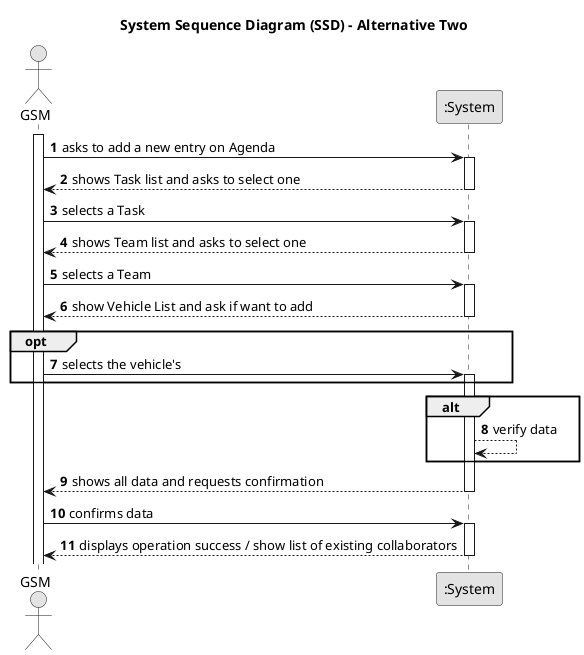
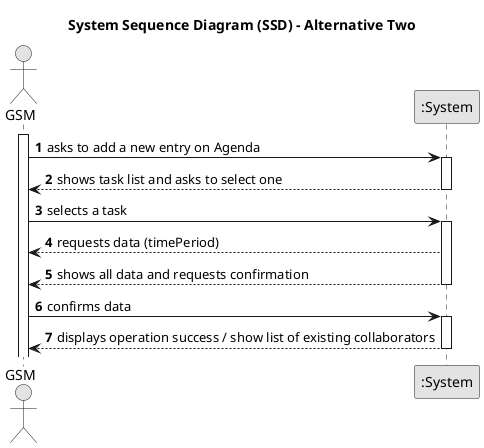
@startuml
skinparam monochrome true
skinparam packageStyle rectangle
skinparam shadowing false

title System Sequence Diagram (SSD) - Alternative Two

autonumber

actor "GSM" as Manager
participant ":System" as System

activate Manager

    Manager -> System : asks to add a new entry on Agenda
    activate System

-         System --> Manager : shows Task list and asks to select one
+         System --> Manager : shows task list and asks to select one
    deactivate System

-     Manager -> System : selects a Task
+     Manager -> System : selects a task
    activate System

-      System --> Manager : shows Team list and asks to select one
-         deactivate System
- 
-     Manager -> System : selects a Team
-         activate System
- 
-      System --> Manager : show Vehicle List and ask if want to add
-         deactivate System
-     opt
-        Manager -> System : selects the vehicle's
-                activate System
-     end
-         alt
-        System --> System : verify data
-         end
+         System  --> Manager : requests data (timePeriod)

        System --> Manager :shows all data and requests confirmation
    deactivate System

    Manager -> System : confirms data
    activate System

        System --> Manager : displays operation success / show list of existing collaborators
    deactivate System
@enduml